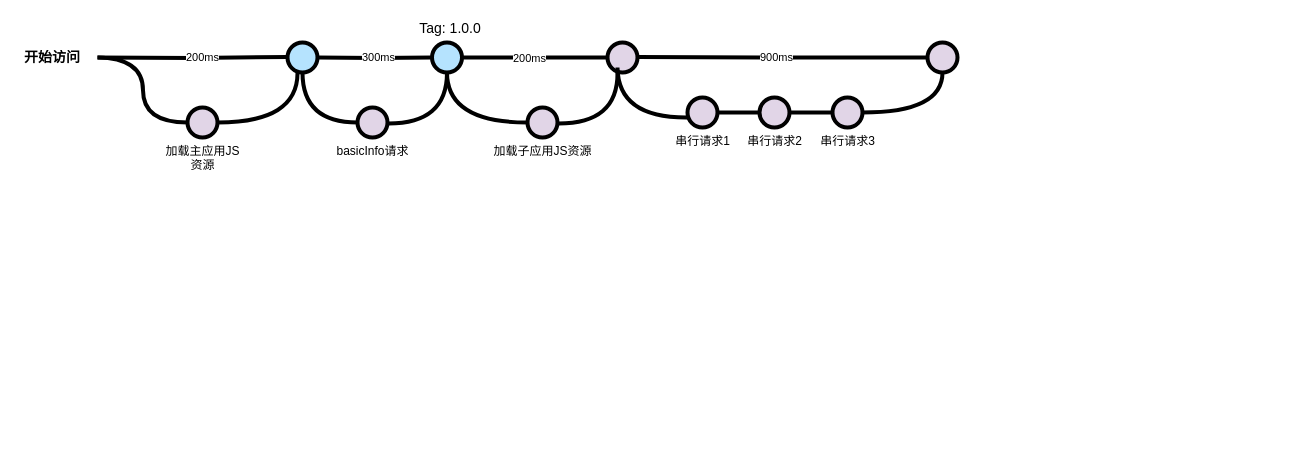
EzrealDeng/blog keeps this draw.io diagram as 未命名绘图.drawio. Above is the earlier version. Source tidied: cells renumbered, new cells numbered last; positions are measured from the earlier drawing's top-left corner, leaving out a move shared by most shapes. Both pictures are drawn from the tidied source at 100%, with x=0, y=0 at pixel (17, 17).
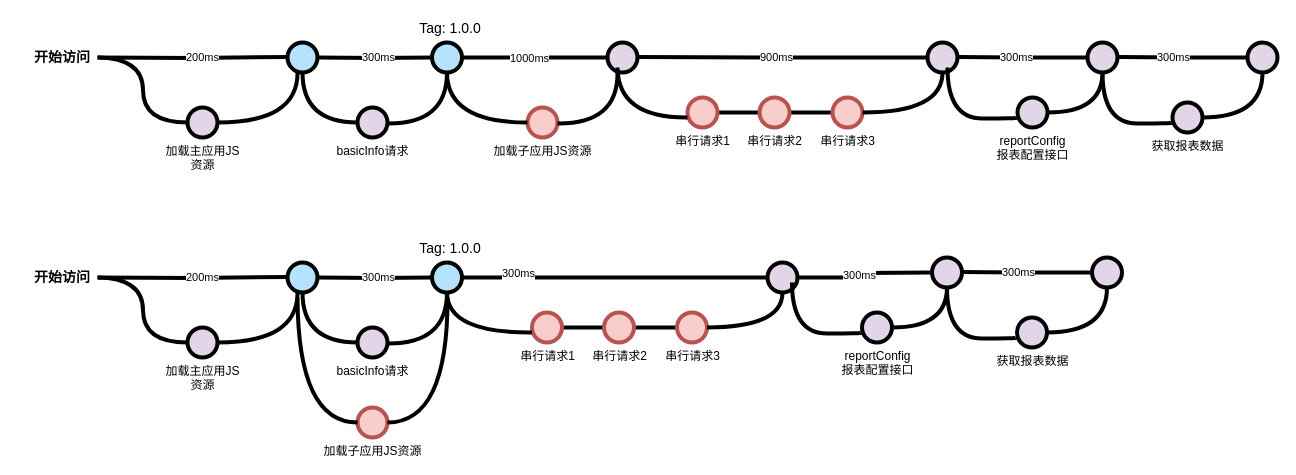
After the change.

Commit message (it also covers changes not shown here):
更新未命名绘图.drawio

Unchanged cells that the change refers to:
```xml
<mxCell id="2" style="edgeStyle=orthogonalEdgeStyle;rounded=0;html=1;jettySize=auto;plain-blue;endArrow=none;endFill=0;strokeWidth=4;strokeColor=#000000;entryX=0;entryY=0.5;entryDx=0;entryDy=0;entryPerimeter=0;" parent="1" edge="1" source="4" target="23">
  <mxGeometry x="304.5" y="180" as="geometry" />
</mxCell>
```

Diff of the diagram source:
```diff
@@
-    <mxCell id="3" value="200ms" style="edgeLabel;html=1;align=center;verticalAlign=middle;" parent="2" vertex="1">
+    <mxCell id="3" value="1000ms" style="edgeLabel;html=1;align=center;verticalAlign=middle;" parent="2" vertex="1">
       <mxGeometry relative="1" as="geometry">
         <mxPoint x="-6" as="offset" />
       </mxGeometry>
     </mxCell>
@@
     <mxCell id="7" value="开始访问" style="text;html=1;strokeColor=none;fillColor=none;align=center;verticalAlign=middle;whiteSpace=wrap;overflow=hidden;fontSize=14;fontStyle=1;fontFamily=Courier New;" parent="1" vertex="1">
-      <mxGeometry y="30" width="70" height="20" as="geometry" />
+      <mxGeometry x="10" y="30" width="70" height="20" as="geometry" />
     </mxCell>
@@
-    <mxCell id="9" value="串行请求1" style="verticalLabelPosition=bottom;verticalAlign=top;html=1;strokeWidth=4;shape=mxgraph.flowchart.on-page_reference;plain-purple;gradientColor=none;strokeColor=#000000;" parent="1" vertex="1">
+    <mxCell id="9" value="串行请求1" style="verticalLabelPosition=bottom;verticalAlign=top;html=1;strokeWidth=4;shape=mxgraph.flowchart.on-page_reference;strokeColor=#b85450;fillColor=#f8cecc;" parent="1" vertex="1">
       <mxGeometry x="670" y="80" width="30" height="30" as="geometry" />
     </mxCell>
@@
-    <mxCell id="11" value="串行请求2" style="verticalLabelPosition=bottom;verticalAlign=top;html=1;strokeWidth=4;shape=mxgraph.flowchart.on-page_reference;plain-purple;gradientColor=none;strokeColor=#000000;" parent="1" vertex="1">
+    <mxCell id="11" value="串行请求2" style="verticalLabelPosition=bottom;verticalAlign=top;html=1;strokeWidth=4;shape=mxgraph.flowchart.on-page_reference;strokeColor=#b85450;fillColor=#f8cecc;" parent="1" vertex="1">
       <mxGeometry x="742" y="80" width="30" height="30" as="geometry" />
     </mxCell>
-    <mxCell id="12" value="串行请求3" style="verticalLabelPosition=bottom;verticalAlign=top;html=1;strokeWidth=4;shape=mxgraph.flowchart.on-page_reference;plain-purple;gradientColor=none;strokeColor=#000000;" parent="1" vertex="1">
+    <mxCell id="12" value="串行请求3" style="verticalLabelPosition=bottom;verticalAlign=top;html=1;strokeWidth=4;shape=mxgraph.flowchart.on-page_reference;strokeColor=#b85450;fillColor=#f8cecc;" parent="1" vertex="1">
       <mxGeometry x="815" y="80" width="30" height="30" as="geometry" />
     </mxCell>
@@
-    <mxCell id="24" value="加载子应用JS资源" style="verticalLabelPosition=bottom;verticalAlign=top;html=1;strokeWidth=4;shape=mxgraph.flowchart.on-page_reference;plain-purple;gradientColor=none;strokeColor=#000000;" parent="1" vertex="1">
+    <mxCell id="24" value="加载子应用JS资源" style="verticalLabelPosition=bottom;verticalAlign=top;html=1;strokeWidth=4;shape=mxgraph.flowchart.on-page_reference;strokeColor=#b85450;fillColor=#f8cecc;" parent="1" vertex="1">
       <mxGeometry x="510" y="90" width="30" height="30" as="geometry" />
     </mxCell>
@@
+    <mxCell id="32" style="edgeStyle=orthogonalEdgeStyle;rounded=0;html=1;jettySize=auto;orthogonalLoop=1;plain-blue;endArrow=none;endFill=0;strokeWidth=4;strokeColor=#000000;" parent="1" edge="1">
+      <mxGeometry x="304.5" y="180" as="geometry">
+        <mxPoint x="940" y="39.5" as="sourcePoint" />
+        <mxPoint x="1070" y="40" as="targetPoint" />
+      </mxGeometry>
+    </mxCell>
+    <mxCell id="33" value="300ms" style="edgeLabel;html=1;align=center;verticalAlign=middle;" parent="32" vertex="1">
+      <mxGeometry relative="1" as="geometry">
+        <mxPoint x="-6" as="offset" />
+      </mxGeometry>
+    </mxCell>
+    <mxCell id="34" value="reportConfig&lt;br&gt;报表配置接口" style="verticalLabelPosition=bottom;verticalAlign=top;html=1;strokeWidth=4;shape=mxgraph.flowchart.on-page_reference;plain-purple;gradientColor=none;strokeColor=#000000;" parent="1" vertex="1">
+      <mxGeometry x="1000" y="80" width="30" height="30" as="geometry" />
+    </mxCell>
+    <mxCell id="35" style="edgeStyle=orthogonalEdgeStyle;curved=1;rounded=0;html=1;entryX=0.5;entryY=1;entryPerimeter=0;endArrow=none;endFill=0;jettySize=auto;strokeWidth=4;fontSize=15;entryDx=0;entryDy=0;exitX=1;exitY=0.5;exitDx=0;exitDy=0;exitPerimeter=0;" parent="1" edge="1" source="34" target="36">
+      <mxGeometry relative="1" as="geometry" />
+    </mxCell>
+    <mxCell id="36" style="verticalLabelPosition=bottom;verticalAlign=top;html=1;strokeWidth=4;shape=mxgraph.flowchart.on-page_reference;plain-purple;gradientColor=none;strokeColor=#000000;" parent="1" vertex="1">
+      <mxGeometry x="1070" y="25" width="30" height="30" as="geometry" />
+    </mxCell>
+    <mxCell id="37" style="edgeStyle=orthogonalEdgeStyle;curved=1;rounded=0;html=1;entryX=0.5;entryY=1;entryPerimeter=0;endArrow=none;endFill=0;jettySize=auto;orthogonalLoop=1;strokeWidth=4;fontSize=15;entryDx=0;entryDy=0;" parent="1" edge="1">
+      <mxGeometry relative="1" as="geometry">
+        <mxPoint x="1000" y="100" as="sourcePoint" />
+        <mxPoint x="930" y="50" as="targetPoint" />
+        <Array as="points">
+          <mxPoint x="1000" y="101" />
+          <mxPoint x="930" y="101" />
+        </Array>
+      </mxGeometry>
+    </mxCell>
+    <mxCell id="38" style="edgeStyle=orthogonalEdgeStyle;rounded=0;html=1;jettySize=auto;orthogonalLoop=1;plain-blue;endArrow=none;endFill=0;strokeWidth=4;strokeColor=#000000;" parent="1" edge="1">
+      <mxGeometry x="304.5" y="180" as="geometry">
+        <mxPoint x="1100" y="39.5" as="sourcePoint" />
+        <mxPoint x="1230" y="40" as="targetPoint" />
+      </mxGeometry>
+    </mxCell>
+    <mxCell id="39" value="300ms" style="edgeLabel;html=1;align=center;verticalAlign=middle;" parent="38" vertex="1">
+      <mxGeometry relative="1" as="geometry">
+        <mxPoint x="-9" as="offset" />
+      </mxGeometry>
+    </mxCell>
+    <mxCell id="40" value="获取报表数据" style="verticalLabelPosition=bottom;verticalAlign=top;html=1;strokeWidth=4;shape=mxgraph.flowchart.on-page_reference;plain-purple;gradientColor=none;strokeColor=#000000;" parent="1" vertex="1">
+      <mxGeometry x="1155" y="85" width="30" height="30" as="geometry" />
+    </mxCell>
+    <mxCell id="41" style="edgeStyle=orthogonalEdgeStyle;curved=1;rounded=0;html=1;entryX=0.5;entryY=1;entryPerimeter=0;endArrow=none;endFill=0;jettySize=auto;strokeWidth=4;fontSize=15;entryDx=0;entryDy=0;exitX=1;exitY=0.5;exitDx=0;exitDy=0;exitPerimeter=0;" parent="1" edge="1" source="40" target="43">
+      <mxGeometry relative="1" as="geometry" />
+    </mxCell>
+    <mxCell id="42" style="edgeStyle=orthogonalEdgeStyle;curved=1;rounded=0;html=1;entryX=0.5;entryY=1;entryPerimeter=0;endArrow=none;endFill=0;jettySize=auto;orthogonalLoop=1;strokeWidth=4;fontSize=15;entryDx=0;entryDy=0;" parent="1" edge="1">
+      <mxGeometry relative="1" as="geometry">
+        <mxPoint x="1155" y="105" as="sourcePoint" />
+        <mxPoint x="1085" y="55" as="targetPoint" />
+        <Array as="points">
+          <mxPoint x="1155" y="106" />
+          <mxPoint x="1085" y="106" />
+        </Array>
+      </mxGeometry>
+    </mxCell>
+    <mxCell id="43" style="verticalLabelPosition=bottom;verticalAlign=top;html=1;strokeWidth=4;shape=mxgraph.flowchart.on-page_reference;plain-purple;gradientColor=none;strokeColor=#000000;" parent="1" vertex="1">
+      <mxGeometry x="1230" y="25" width="30" height="30" as="geometry" />
+    </mxCell>
+    <mxCell id="44" style="verticalLabelPosition=bottom;verticalAlign=top;html=1;strokeWidth=4;shape=mxgraph.flowchart.on-page_reference;plain-blue;gradientColor=none;fillColor=#B5E3Fe;strokeColor=#000000;" parent="1" vertex="1">
+      <mxGeometry x="414.5" y="245" width="30" height="30" as="geometry" />
+    </mxCell>
+    <mxCell id="45" style="edgeStyle=orthogonalEdgeStyle;rounded=0;html=1;jettySize=auto;strokeWidth=4;endArrow=none;endFill=0;" parent="1" edge="1" target="44">
+      <mxGeometry x="204.5" y="180" as="geometry">
+        <mxPoint x="300" y="260" as="sourcePoint" />
+      </mxGeometry>
+    </mxCell>
+    <mxCell id="46" value="300ms" style="edgeLabel;html=1;align=center;verticalAlign=middle;" parent="45" vertex="1">
+      <mxGeometry relative="1" as="geometry">
+        <mxPoint x="3" y="-1" as="offset" />
+      </mxGeometry>
+    </mxCell>
+    <mxCell id="47" value="开始访问" style="text;html=1;strokeColor=none;fillColor=none;align=center;verticalAlign=middle;whiteSpace=wrap;overflow=hidden;fontSize=14;fontStyle=1;fontFamily=Courier New;" parent="1" vertex="1">
+      <mxGeometry x="10" y="250" width="70" height="20" as="geometry" />
+    </mxCell>
+    <mxCell id="48" style="edgeStyle=orthogonalEdgeStyle;curved=1;rounded=0;html=1;exitX=1;exitY=0.5;exitPerimeter=0;entryX=0;entryY=0.5;entryPerimeter=0;endArrow=none;endFill=0;jettySize=auto;strokeWidth=4;fontSize=15;" parent="1" edge="1" source="49" target="51">
+      <mxGeometry relative="1" as="geometry" />
+    </mxCell>
+    <mxCell id="49" value="串行请求1" style="verticalLabelPosition=bottom;verticalAlign=top;html=1;strokeWidth=4;shape=mxgraph.flowchart.on-page_reference;strokeColor=#b85450;fillColor=#f8cecc;" parent="1" vertex="1">
+      <mxGeometry x="514.5" y="295" width="30" height="30" as="geometry" />
+    </mxCell>
+    <mxCell id="50" style="edgeStyle=orthogonalEdgeStyle;curved=1;rounded=0;html=1;exitX=1;exitY=0.5;exitPerimeter=0;entryX=0;entryY=0.5;entryPerimeter=0;endArrow=none;endFill=0;jettySize=auto;strokeWidth=4;fontSize=15;" parent="1" edge="1" source="51" target="52">
+      <mxGeometry relative="1" as="geometry" />
+    </mxCell>
+    <mxCell id="51" value="串行请求2" style="verticalLabelPosition=bottom;verticalAlign=top;html=1;strokeWidth=4;shape=mxgraph.flowchart.on-page_reference;strokeColor=#b85450;fillColor=#f8cecc;" parent="1" vertex="1">
+      <mxGeometry x="586.5" y="295" width="30" height="30" as="geometry" />
+    </mxCell>
+    <mxCell id="52" value="串行请求3" style="verticalLabelPosition=bottom;verticalAlign=top;html=1;strokeWidth=4;shape=mxgraph.flowchart.on-page_reference;strokeColor=#b85450;fillColor=#f8cecc;" parent="1" vertex="1">
+      <mxGeometry x="659.5" y="295" width="30" height="30" as="geometry" />
+    </mxCell>
+    <mxCell id="53" value="Tag: 1.0.0" style="text;html=1;strokeColor=none;fillColor=none;align=center;verticalAlign=middle;whiteSpace=wrap;overflow=hidden;fontSize=14;" parent="1" vertex="1">
+      <mxGeometry x="398.4" y="220" width="70" height="20" as="geometry" />
+    </mxCell>
+    <mxCell id="54" style="verticalLabelPosition=bottom;verticalAlign=top;html=1;strokeWidth=4;shape=mxgraph.flowchart.on-page_reference;plain-blue;gradientColor=none;fillColor=#B5E3Fe;strokeColor=#000000;" parent="1" vertex="1">
+      <mxGeometry x="270" y="245" width="30" height="30" as="geometry" />
+    </mxCell>
+    <mxCell id="55" style="edgeStyle=orthogonalEdgeStyle;rounded=0;html=1;jettySize=auto;orthogonalLoop=1;plain-blue;endArrow=none;endFill=0;strokeWidth=4;strokeColor=#000000;" parent="1" edge="1">
+      <mxGeometry x="304.5" y="180" as="geometry">
+        <mxPoint x="80" y="260" as="sourcePoint" />
+        <mxPoint x="270" y="259.5" as="targetPoint" />
+      </mxGeometry>
+    </mxCell>
+    <mxCell id="56" value="200ms" style="edgeLabel;html=1;align=center;verticalAlign=middle;" parent="55" vertex="1">
+      <mxGeometry relative="1" as="geometry">
+        <mxPoint x="10" y="-1" as="offset" />
+      </mxGeometry>
+    </mxCell>
+    <mxCell id="57" value="basicInfo请求" style="verticalLabelPosition=bottom;verticalAlign=top;html=1;strokeWidth=4;shape=mxgraph.flowchart.on-page_reference;plain-purple;gradientColor=none;strokeColor=#000000;" parent="1" vertex="1">
+      <mxGeometry x="340" y="310" width="30" height="30" as="geometry" />
+    </mxCell>
+    <mxCell id="58" style="edgeStyle=orthogonalEdgeStyle;curved=1;rounded=0;html=1;exitX=0.5;exitY=1;exitPerimeter=0;entryX=0;entryY=0.5;entryPerimeter=0;endArrow=none;endFill=0;jettySize=auto;strokeWidth=4;fontSize=15;exitDx=0;exitDy=0;entryDx=0;entryDy=0;" parent="1" edge="1" source="54" target="57">
+      <mxGeometry relative="1" as="geometry" />
+    </mxCell>
+    <mxCell id="59" style="edgeStyle=orthogonalEdgeStyle;curved=1;rounded=0;html=1;entryX=0.5;entryY=1;entryPerimeter=0;endArrow=none;endFill=0;jettySize=auto;strokeWidth=4;fontSize=15;entryDx=0;entryDy=0;" parent="1" edge="1" target="44">
+      <mxGeometry relative="1" as="geometry">
+        <mxPoint x="370" y="326" as="sourcePoint" />
+      </mxGeometry>
+    </mxCell>
+    <mxCell id="60" value="加载主应用JS&lt;br&gt;资源" style="verticalLabelPosition=bottom;verticalAlign=top;html=1;strokeWidth=4;shape=mxgraph.flowchart.on-page_reference;plain-purple;gradientColor=none;strokeColor=#000000;" parent="1" vertex="1">
+      <mxGeometry x="170" y="310" width="30" height="30" as="geometry" />
+    </mxCell>
+    <mxCell id="61" style="edgeStyle=orthogonalEdgeStyle;curved=1;rounded=0;html=1;entryX=0;entryY=0.5;entryPerimeter=0;endArrow=none;endFill=0;jettySize=auto;strokeWidth=4;fontSize=15;entryDx=0;entryDy=0;" parent="1" edge="1" target="60">
+      <mxGeometry relative="1" as="geometry">
+        <mxPoint x="80" y="260" as="sourcePoint" />
+      </mxGeometry>
+    </mxCell>
+    <mxCell id="62" style="edgeStyle=orthogonalEdgeStyle;curved=1;rounded=0;html=1;entryX=0.5;entryY=1;entryPerimeter=0;endArrow=none;endFill=0;jettySize=auto;strokeWidth=4;fontSize=15;entryDx=0;entryDy=0;exitX=1;exitY=0.5;exitDx=0;exitDy=0;exitPerimeter=0;" parent="1" edge="1" source="60">
+      <mxGeometry relative="1" as="geometry">
+        <mxPoint x="280" y="275" as="targetPoint" />
+      </mxGeometry>
+    </mxCell>
+    <mxCell id="63" style="edgeStyle=orthogonalEdgeStyle;rounded=0;html=1;jettySize=auto;plain-blue;endArrow=none;endFill=0;strokeWidth=4;strokeColor=#000000;exitX=1;exitY=0.5;exitDx=0;exitDy=0;exitPerimeter=0;" parent="1" edge="1" source="44">
+      <mxGeometry x="304.5" y="180" as="geometry">
+        <mxPoint x="750" y="260" as="targetPoint" />
+      </mxGeometry>
+    </mxCell>
+    <mxCell id="64" value="300ms" style="edgeLabel;html=1;align=center;verticalAlign=middle;" parent="63" vertex="1">
+      <mxGeometry relative="1" as="geometry">
+        <mxPoint x="-97" y="-5" as="offset" />
+      </mxGeometry>
+    </mxCell>
+    <mxCell id="65" style="edgeStyle=orthogonalEdgeStyle;curved=1;rounded=0;html=1;entryX=0.5;entryY=1;entryPerimeter=0;endArrow=none;endFill=0;jettySize=auto;strokeWidth=4;fontSize=15;entryDx=0;entryDy=0;" parent="1" edge="1" target="44">
+      <mxGeometry relative="1" as="geometry">
+        <mxPoint x="514.5" y="315" as="sourcePoint" />
+      </mxGeometry>
+    </mxCell>
+    <mxCell id="66" style="verticalLabelPosition=bottom;verticalAlign=top;html=1;strokeWidth=4;shape=mxgraph.flowchart.on-page_reference;plain-purple;gradientColor=none;strokeColor=#000000;" parent="1" vertex="1">
+      <mxGeometry x="750" y="245" width="30" height="30" as="geometry" />
+    </mxCell>
+    <mxCell id="67" style="edgeStyle=orthogonalEdgeStyle;curved=1;rounded=0;html=1;entryX=0.5;entryY=1;entryPerimeter=0;endArrow=none;endFill=0;jettySize=auto;strokeWidth=4;fontSize=15;entryDx=0;entryDy=0;exitX=1;exitY=0.5;exitDx=0;exitDy=0;exitPerimeter=0;" parent="1" edge="1" source="52" target="66">
+      <mxGeometry relative="1" as="geometry" />
+    </mxCell>
+    <mxCell id="68" style="edgeStyle=orthogonalEdgeStyle;rounded=0;html=1;jettySize=auto;plain-blue;endArrow=none;endFill=0;strokeWidth=4;strokeColor=#000000;exitX=1;exitY=0.5;exitDx=0;exitDy=0;exitPerimeter=0;" parent="1" edge="1" source="66">
+      <mxGeometry x="304.5" y="180" as="geometry">
+        <mxPoint x="914.5" y="255" as="targetPoint" />
+      </mxGeometry>
+    </mxCell>
+    <mxCell id="69" value="300ms" style="edgeLabel;html=1;align=center;verticalAlign=middle;" parent="68" vertex="1">
+      <mxGeometry relative="1" as="geometry">
+        <mxPoint x="-6" as="offset" />
+      </mxGeometry>
+    </mxCell>
+    <mxCell id="70" value="reportConfig&lt;br&gt;报表配置接口" style="verticalLabelPosition=bottom;verticalAlign=top;html=1;strokeWidth=4;shape=mxgraph.flowchart.on-page_reference;plain-purple;gradientColor=none;strokeColor=#000000;" parent="1" vertex="1">
+      <mxGeometry x="844.5" y="295" width="30" height="30" as="geometry" />
+    </mxCell>
+    <mxCell id="71" style="edgeStyle=orthogonalEdgeStyle;curved=1;rounded=0;html=1;entryX=0.5;entryY=1;entryPerimeter=0;endArrow=none;endFill=0;jettySize=auto;strokeWidth=4;fontSize=15;entryDx=0;entryDy=0;exitX=1;exitY=0.5;exitDx=0;exitDy=0;exitPerimeter=0;" parent="1" edge="1" source="70" target="72">
+      <mxGeometry relative="1" as="geometry" />
+    </mxCell>
+    <mxCell id="72" style="verticalLabelPosition=bottom;verticalAlign=top;html=1;strokeWidth=4;shape=mxgraph.flowchart.on-page_reference;plain-purple;gradientColor=none;strokeColor=#000000;" parent="1" vertex="1">
+      <mxGeometry x="914.5" y="240" width="30" height="30" as="geometry" />
+    </mxCell>
+    <mxCell id="73" style="edgeStyle=orthogonalEdgeStyle;curved=1;rounded=0;html=1;entryX=0.5;entryY=1;entryPerimeter=0;endArrow=none;endFill=0;jettySize=auto;orthogonalLoop=1;strokeWidth=4;fontSize=15;entryDx=0;entryDy=0;" parent="1" edge="1">
+      <mxGeometry relative="1" as="geometry">
+        <mxPoint x="844.5" y="315" as="sourcePoint" />
+        <mxPoint x="774.5" y="265" as="targetPoint" />
+        <Array as="points">
+          <mxPoint x="844.5" y="316" />
+          <mxPoint x="774.5" y="316" />
+        </Array>
+      </mxGeometry>
+    </mxCell>
+    <mxCell id="74" style="edgeStyle=orthogonalEdgeStyle;rounded=0;html=1;jettySize=auto;orthogonalLoop=1;plain-blue;endArrow=none;endFill=0;strokeWidth=4;strokeColor=#000000;" parent="1" edge="1">
+      <mxGeometry x="304.5" y="180" as="geometry">
+        <mxPoint x="944.5" y="254.5" as="sourcePoint" />
+        <mxPoint x="1074.5" y="255" as="targetPoint" />
+      </mxGeometry>
+    </mxCell>
+    <mxCell id="75" value="300ms" style="edgeLabel;html=1;align=center;verticalAlign=middle;" parent="74" vertex="1">
+      <mxGeometry relative="1" as="geometry">
+        <mxPoint x="-9" as="offset" />
+      </mxGeometry>
+    </mxCell>
+    <mxCell id="76" value="获取报表数据" style="verticalLabelPosition=bottom;verticalAlign=top;html=1;strokeWidth=4;shape=mxgraph.flowchart.on-page_reference;plain-purple;gradientColor=none;strokeColor=#000000;" parent="1" vertex="1">
+      <mxGeometry x="999.5" y="300" width="30" height="30" as="geometry" />
+    </mxCell>
+    <mxCell id="77" style="edgeStyle=orthogonalEdgeStyle;curved=1;rounded=0;html=1;entryX=0.5;entryY=1;entryPerimeter=0;endArrow=none;endFill=0;jettySize=auto;strokeWidth=4;fontSize=15;entryDx=0;entryDy=0;exitX=1;exitY=0.5;exitDx=0;exitDy=0;exitPerimeter=0;" parent="1" edge="1" source="76" target="79">
+      <mxGeometry relative="1" as="geometry" />
+    </mxCell>
+    <mxCell id="78" style="edgeStyle=orthogonalEdgeStyle;curved=1;rounded=0;html=1;entryX=0.5;entryY=1;entryPerimeter=0;endArrow=none;endFill=0;jettySize=auto;orthogonalLoop=1;strokeWidth=4;fontSize=15;entryDx=0;entryDy=0;" parent="1" edge="1">
+      <mxGeometry relative="1" as="geometry">
+        <mxPoint x="999.5" y="320" as="sourcePoint" />
+        <mxPoint x="929.5" y="270" as="targetPoint" />
+        <Array as="points">
+          <mxPoint x="999.5" y="321" />
+          <mxPoint x="929.5" y="321" />
+        </Array>
+      </mxGeometry>
+    </mxCell>
+    <mxCell id="79" style="verticalLabelPosition=bottom;verticalAlign=top;html=1;strokeWidth=4;shape=mxgraph.flowchart.on-page_reference;plain-purple;gradientColor=none;strokeColor=#000000;" parent="1" vertex="1">
+      <mxGeometry x="1074.5" y="240" width="30" height="30" as="geometry" />
+    </mxCell>
+    <mxCell id="80" value="加载子应用JS资源" style="verticalLabelPosition=bottom;verticalAlign=top;html=1;strokeWidth=4;shape=mxgraph.flowchart.on-page_reference;strokeColor=#b85450;fillColor=#f8cecc;" parent="1" vertex="1">
+      <mxGeometry x="340" y="390" width="30" height="30" as="geometry" />
+    </mxCell>
+    <mxCell id="81" style="edgeStyle=orthogonalEdgeStyle;curved=1;rounded=0;html=1;endArrow=none;endFill=0;jettySize=auto;strokeWidth=4;fontSize=15;exitX=0;exitY=0.5;exitDx=0;exitDy=0;exitPerimeter=0;" parent="1" edge="1" source="80">
+      <mxGeometry relative="1" as="geometry">
+        <mxPoint x="280" y="280" as="targetPoint" />
+      </mxGeometry>
+    </mxCell>
+    <mxCell id="82" style="edgeStyle=orthogonalEdgeStyle;curved=1;rounded=0;html=1;endArrow=none;endFill=0;jettySize=auto;strokeWidth=4;fontSize=15;exitX=1;exitY=0.5;exitDx=0;exitDy=0;exitPerimeter=0;" parent="1" edge="1" source="80">
+      <mxGeometry relative="1" as="geometry">
+        <mxPoint x="430" y="280" as="targetPoint" />
+      </mxGeometry>
+    </mxCell>
```
